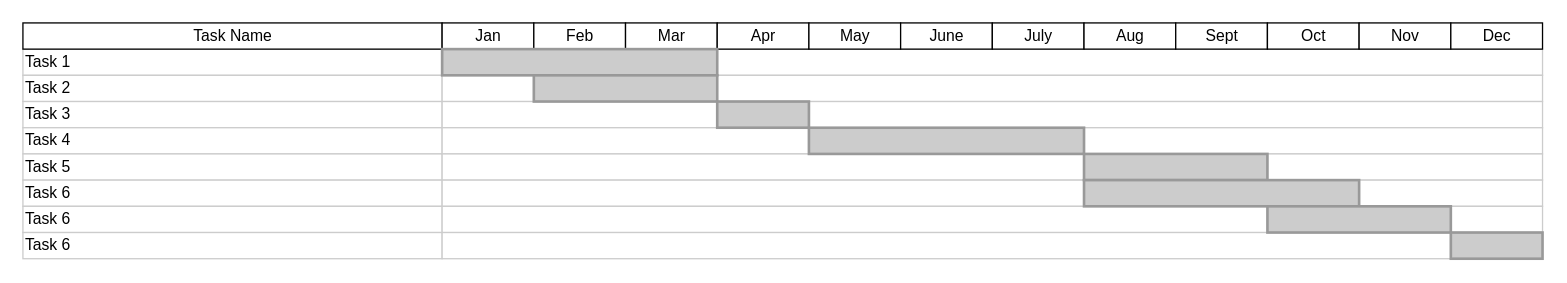
Above: ewd gant Diagram.drawio in nyashaChiza/design (draw.io), before the change. Source tidied: cells renumbered, new cells numbered last; positions are measured from the earlier drawing's top-left corner, leaving out a move shared by most shapes. Both pictures are drawn from the tidied source at 131%, with x=0, y=0 at pixel (22, 22).
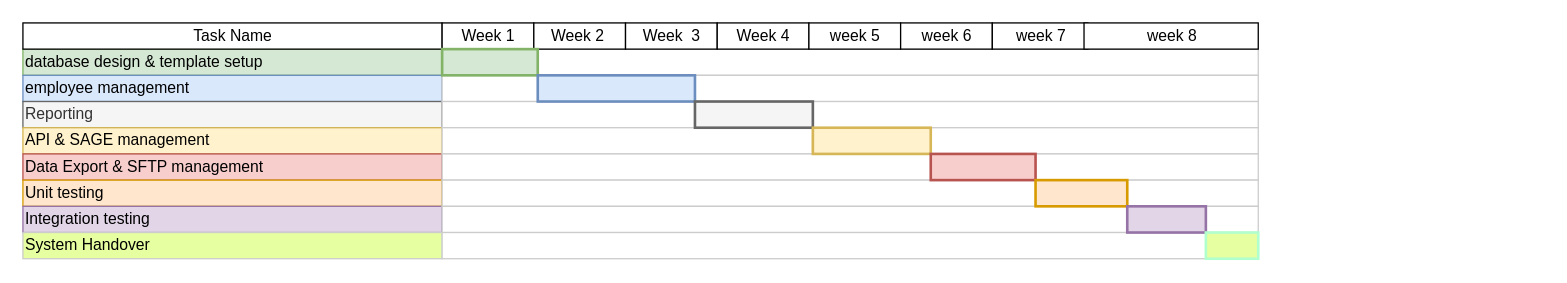
The same page after the edit.

Change to the diagram source:
```diff
@@
-    <mxCell id="2" value="Task 1" style="align=left;strokeColor=#CCCCCC;html=1;" parent="1" vertex="1">
+    <mxCell id="2" value="database design &amp;amp; template setup" style="align=left;strokeColor=#82b366;html=1;fillColor=#d5e8d4;" parent="1" vertex="1">
       <mxGeometry y="20" width="320" height="20" as="geometry" />
     </mxCell>
-    <mxCell id="3" value="Task 2" style="align=left;strokeColor=#CCCCCC;html=1;" parent="1" vertex="1">
+    <mxCell id="3" value="employee management" style="align=left;strokeColor=#6c8ebf;html=1;fillColor=#dae8fc;" parent="1" vertex="1">
       <mxGeometry y="40" width="320" height="20" as="geometry" />
     </mxCell>
-    <mxCell id="4" value="Task 3" style="align=left;strokeColor=#CCCCCC;html=1;" parent="1" vertex="1">
+    <mxCell id="4" value="Reporting" style="align=left;strokeColor=#666666;html=1;fillColor=#f5f5f5;fontColor=#333333;" parent="1" vertex="1">
       <mxGeometry y="60" width="320" height="20" as="geometry" />
     </mxCell>
-    <mxCell id="5" value="Task 4" style="align=left;strokeColor=#CCCCCC;html=1;" parent="1" vertex="1">
+    <mxCell id="5" value="API &amp;amp; SAGE management" style="align=left;strokeColor=#d6b656;html=1;fillColor=#fff2cc;" parent="1" vertex="1">
       <mxGeometry y="80" width="320" height="20" as="geometry" />
     </mxCell>
-    <mxCell id="6" value="Task 5" style="align=left;strokeColor=#CCCCCC;html=1;" parent="1" vertex="1">
+    <mxCell id="6" value="Data Export &amp;amp; SFTP management" style="align=left;strokeColor=#b85450;html=1;fillColor=#f8cecc;" parent="1" vertex="1">
       <mxGeometry y="100" width="320" height="20" as="geometry" />
     </mxCell>
-    <mxCell id="7" value="Task 6" style="align=left;strokeColor=#CCCCCC;html=1;" parent="1" vertex="1">
+    <mxCell id="7" value="Unit testing" style="align=left;strokeColor=#d79b00;html=1;fillColor=#ffe6cc;" parent="1" vertex="1">
       <mxGeometry y="120" width="320" height="20" as="geometry" />
     </mxCell>
@@
-    <mxCell id="9" value="Task 6" style="align=left;strokeColor=#CCCCCC;html=1;" parent="1" vertex="1">
+    <mxCell id="9" value="Integration testing" style="align=left;strokeColor=#9673a6;html=1;fillColor=#e1d5e7;" parent="1" vertex="1">
       <mxGeometry y="140" width="320" height="20" as="geometry" />
     </mxCell>
-    <mxCell id="10" value="Task 6" style="align=left;strokeColor=#CCCCCC;html=1;" parent="1" vertex="1">
+    <mxCell id="10" value="System Handover" style="align=left;strokeColor=#CCCCCC;html=1;fillColor=#E6FFA1;" parent="1" vertex="1">
       <mxGeometry y="160" width="320" height="20" as="geometry" />
     </mxCell>
     <mxCell id="11" style="align=left;strokeColor=#CCCCCC;html=1;" parent="1" vertex="1">
-      <mxGeometry x="320" y="20" width="840" height="20" as="geometry" />
+      <mxGeometry x="320" y="20" width="623" height="20" as="geometry" />
     </mxCell>
-    <mxCell id="12" value="Jan" style="strokeWidth=1;fontStyle=0;html=1;" parent="1" vertex="1">
+    <mxCell id="12" value="Week 1" style="strokeWidth=1;fontStyle=0;html=1;" parent="1" vertex="1">
       <mxGeometry x="320" width="70" height="20" as="geometry" />
     </mxCell>
-    <mxCell id="13" value="Feb" style="strokeWidth=1;fontStyle=0;html=1;" parent="1" vertex="1">
+    <mxCell id="13" value="Week 2&amp;nbsp;" style="strokeWidth=1;fontStyle=0;html=1;" parent="1" vertex="1">
       <mxGeometry x="390" width="70" height="20" as="geometry" />
     </mxCell>
-    <mxCell id="14" value="Mar" style="strokeWidth=1;fontStyle=0;html=1;" parent="1" vertex="1">
+    <mxCell id="14" value="Week&amp;nbsp; 3" style="strokeWidth=1;fontStyle=0;html=1;" parent="1" vertex="1">
       <mxGeometry x="460" width="70" height="20" as="geometry" />
     </mxCell>
-    <mxCell id="15" value="Apr" style="strokeWidth=1;fontStyle=0;html=1;" parent="1" vertex="1">
+    <mxCell id="15" value="Week 4" style="strokeWidth=1;fontStyle=0;html=1;" parent="1" vertex="1">
       <mxGeometry x="530" width="70" height="20" as="geometry" />
     </mxCell>
-    <mxCell id="16" value="May" style="strokeWidth=1;fontStyle=0;html=1;" parent="1" vertex="1">
+    <mxCell id="16" value="week 5" style="strokeWidth=1;fontStyle=0;html=1;" parent="1" vertex="1">
       <mxGeometry x="600" width="70" height="20" as="geometry" />
     </mxCell>
-    <mxCell id="17" value="June" style="strokeWidth=1;fontStyle=0;html=1;" parent="1" vertex="1">
+    <mxCell id="17" value="week 6" style="strokeWidth=1;fontStyle=0;html=1;" parent="1" vertex="1">
       <mxGeometry x="670" width="70" height="20" as="geometry" />
     </mxCell>
-    <mxCell id="18" value="July" style="strokeWidth=1;fontStyle=0;html=1;" parent="1" vertex="1">
-      <mxGeometry x="740" width="70" height="20" as="geometry" />
+    <mxCell id="18" value="week 7" style="strokeWidth=1;fontStyle=0;html=1;" parent="1" vertex="1">
+      <mxGeometry x="740" width="73" height="20" as="geometry" />
     </mxCell>
-    <mxCell id="19" value="Aug" style="strokeWidth=1;fontStyle=0;html=1;" parent="1" vertex="1">
-      <mxGeometry x="810" width="70" height="20" as="geometry" />
+    <mxCell id="19" value="week 8" style="strokeWidth=1;fontStyle=0;html=1;" parent="1" vertex="1">
+      <mxGeometry x="810" width="133" height="20" as="geometry" />
     </mxCell>
-    <mxCell id="20" value="Sept" style="strokeWidth=1;fontStyle=0;html=1;" parent="1" vertex="1">
-      <mxGeometry x="880" width="70" height="20" as="geometry" />
-    </mxCell>
-    <mxCell id="21" value="Oct" style="strokeWidth=1;fontStyle=0;html=1;" parent="1" vertex="1">
-      <mxGeometry x="950" width="70" height="20" as="geometry" />
-    </mxCell>
-    <mxCell id="22" value="Nov" style="strokeWidth=1;fontStyle=0;html=1;" parent="1" vertex="1">
-      <mxGeometry x="1020" width="70" height="20" as="geometry" />
-    </mxCell>
-    <mxCell id="23" value="Dec" style="strokeWidth=1;fontStyle=0;html=1;" parent="1" vertex="1">
-      <mxGeometry x="1090" width="70" height="20" as="geometry" />
-    </mxCell>
     <mxCell id="24" style="align=left;strokeColor=#CCCCCC;html=1;" parent="1" vertex="1">
-      <mxGeometry x="320" y="40" width="840" height="20" as="geometry" />
+      <mxGeometry x="320" y="40" width="623" height="20" as="geometry" />
     </mxCell>
     <mxCell id="25" style="align=left;strokeColor=#CCCCCC;html=1;" parent="1" vertex="1">
-      <mxGeometry x="320" y="60" width="840" height="20" as="geometry" />
+      <mxGeometry x="320" y="60" width="623" height="20" as="geometry" />
     </mxCell>
     <mxCell id="26" style="align=left;strokeColor=#CCCCCC;html=1;" parent="1" vertex="1">
-      <mxGeometry x="320" y="80" width="840" height="20" as="geometry" />
+      <mxGeometry x="320" y="80" width="623" height="20" as="geometry" />
     </mxCell>
     <mxCell id="27" style="align=left;strokeColor=#CCCCCC;html=1;" parent="1" vertex="1">
-      <mxGeometry x="320" y="100" width="840" height="20" as="geometry" />
+      <mxGeometry x="320" y="100" width="623" height="20" as="geometry" />
     </mxCell>
     <mxCell id="28" style="align=left;strokeColor=#CCCCCC;html=1;" parent="1" vertex="1">
-      <mxGeometry x="320" y="120" width="840" height="20" as="geometry" />
+      <mxGeometry x="320" y="120" width="623" height="20" as="geometry" />
     </mxCell>
     <mxCell id="29" style="align=left;strokeColor=#CCCCCC;html=1;" parent="1" vertex="1">
-      <mxGeometry x="320" y="140" width="840" height="20" as="geometry" />
+      <mxGeometry x="320" y="140" width="623" height="20" as="geometry" />
     </mxCell>
     <mxCell id="30" style="align=left;strokeColor=#CCCCCC;html=1;" parent="1" vertex="1">
-      <mxGeometry x="320" y="160" width="840" height="20" as="geometry" />
+      <mxGeometry x="320" y="160" width="623" height="20" as="geometry" />
     </mxCell>
-    <mxCell id="31" style="whiteSpace=wrap;html=1;strokeWidth=2;fillColor=#CCCCCC;gradientColor=none;fontSize=14;align=center;strokeColor=#999999;" parent="1" vertex="1">
-      <mxGeometry x="320" y="20" width="210" height="20" as="geometry" />
+    <mxCell id="31" style="whiteSpace=wrap;html=1;strokeWidth=2;fillColor=#d5e8d4;fontSize=14;align=center;strokeColor=#82b366;" parent="1" vertex="1">
+      <mxGeometry x="320" y="20" width="73" height="20" as="geometry" />
     </mxCell>
-    <mxCell id="32" style="whiteSpace=wrap;html=1;strokeWidth=2;fillColor=#CCCCCC;gradientColor=none;fontSize=14;align=center;strokeColor=#999999;" parent="1" vertex="1">
-      <mxGeometry x="390" y="40" width="140" height="20" as="geometry" />
+    <mxCell id="32" style="whiteSpace=wrap;html=1;strokeWidth=2;fillColor=#dae8fc;fontSize=14;align=center;strokeColor=#6c8ebf;" parent="1" vertex="1">
+      <mxGeometry x="393" y="40" width="120" height="20" as="geometry" />
     </mxCell>
-    <mxCell id="33" style="whiteSpace=wrap;html=1;strokeWidth=2;fillColor=#CCCCCC;gradientColor=none;fontSize=14;align=center;strokeColor=#999999;" parent="1" vertex="1">
-      <mxGeometry x="530" y="60" width="70" height="20" as="geometry" />
+    <mxCell id="33" style="whiteSpace=wrap;html=1;strokeWidth=2;fillColor=#f5f5f5;fontSize=14;align=center;strokeColor=#666666;fontColor=#333333;" parent="1" vertex="1">
+      <mxGeometry x="513" y="60" width="90" height="20" as="geometry" />
     </mxCell>
-    <mxCell id="34" style="whiteSpace=wrap;html=1;strokeWidth=2;fillColor=#CCCCCC;gradientColor=none;fontSize=14;align=center;strokeColor=#999999;" parent="1" vertex="1">
-      <mxGeometry x="600" y="80" width="210" height="20" as="geometry" />
+    <mxCell id="34" style="whiteSpace=wrap;html=1;strokeWidth=2;fillColor=#fff2cc;fontSize=14;align=center;strokeColor=#d6b656;" parent="1" vertex="1">
+      <mxGeometry x="603" y="80" width="90" height="20" as="geometry" />
     </mxCell>
-    <mxCell id="35" style="whiteSpace=wrap;html=1;strokeWidth=2;fillColor=#CCCCCC;gradientColor=none;fontSize=14;align=center;strokeColor=#999999;" parent="1" vertex="1">
-      <mxGeometry x="810" y="100" width="140" height="20" as="geometry" />
+    <mxCell id="35" style="whiteSpace=wrap;html=1;strokeWidth=2;fillColor=#f8cecc;fontSize=14;align=center;strokeColor=#b85450;" parent="1" vertex="1">
+      <mxGeometry x="693" y="100" width="80" height="20" as="geometry" />
     </mxCell>
-    <mxCell id="36" style="whiteSpace=wrap;html=1;strokeWidth=2;fillColor=#CCCCCC;gradientColor=none;fontSize=14;align=center;strokeColor=#999999;" parent="1" vertex="1">
-      <mxGeometry x="810" y="120" width="210" height="20" as="geometry" />
+    <mxCell id="36" style="whiteSpace=wrap;html=1;strokeWidth=2;fillColor=#ffe6cc;fontSize=14;align=center;strokeColor=#d79b00;" parent="1" vertex="1">
+      <mxGeometry x="773" y="120" width="70" height="20" as="geometry" />
     </mxCell>
-    <mxCell id="37" style="whiteSpace=wrap;html=1;strokeWidth=2;fillColor=#CCCCCC;gradientColor=none;fontSize=14;align=center;strokeColor=#999999;" parent="1" vertex="1">
-      <mxGeometry x="950" y="140" width="140" height="20" as="geometry" />
+    <mxCell id="37" style="whiteSpace=wrap;html=1;strokeWidth=2;fillColor=#e1d5e7;fontSize=14;align=center;strokeColor=#9673a6;" parent="1" vertex="1">
+      <mxGeometry x="843" y="140" width="60" height="20" as="geometry" />
     </mxCell>
-    <mxCell id="38" style="whiteSpace=wrap;html=1;strokeWidth=2;fillColor=#CCCCCC;gradientColor=none;fontSize=14;align=center;strokeColor=#999999;" parent="1" vertex="1">
-      <mxGeometry x="1090" y="160" width="70" height="20" as="geometry" />
-    </mxCell>
+    <mxCell id="39" style="whiteSpace=wrap;html=1;strokeWidth=2;fillColor=#E6FFA1;fontSize=14;align=center;strokeColor=#B0FFCD;" parent="1" vertex="1">
+      <mxGeometry x="903" y="160" width="40" height="20" as="geometry" />
+    </mxCell>
```
